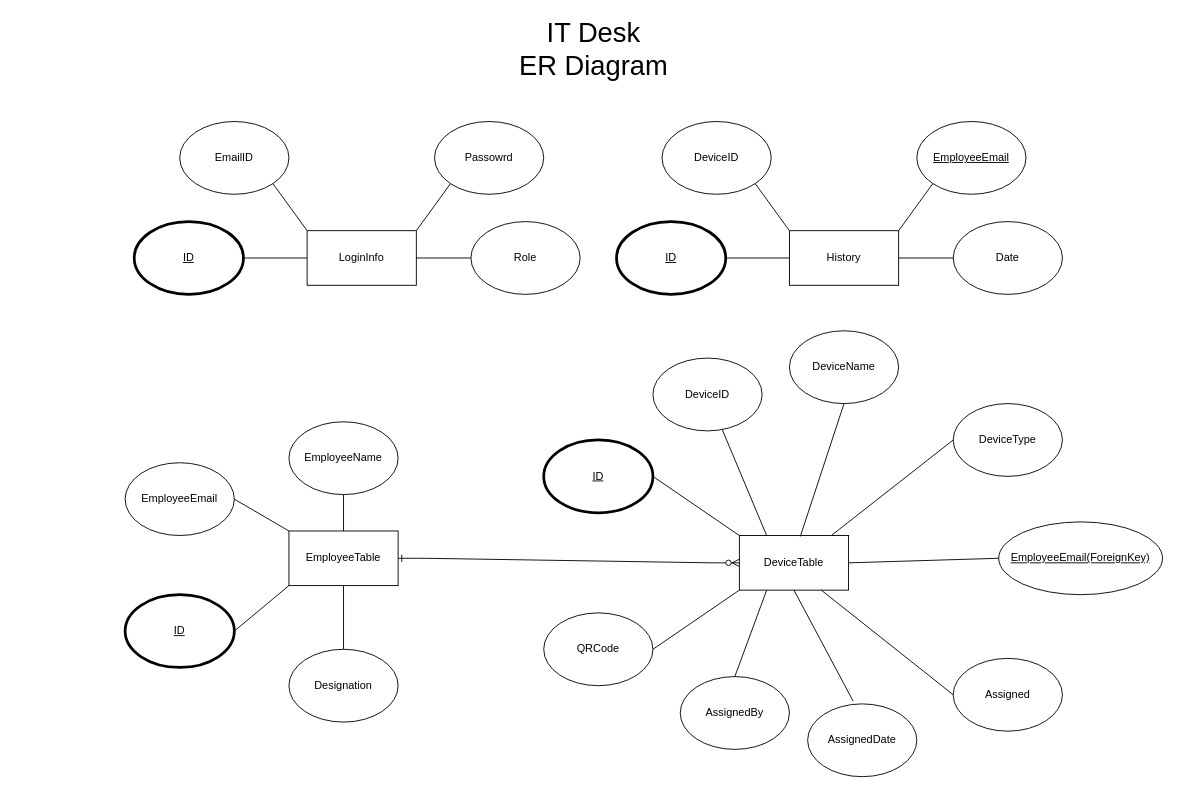
Earlier version of the draw.io diagram IT Desk.drawio (AliCYGRP/TEAM-C). Source tidied: cells renumbered, new cells numbered last; positions are measured from the earlier drawing's top-left corner, leaving out a move shared by most shapes. Both pictures are drawn from the tidied source at 91%, with x=0, y=0 at pixel (125, 39).
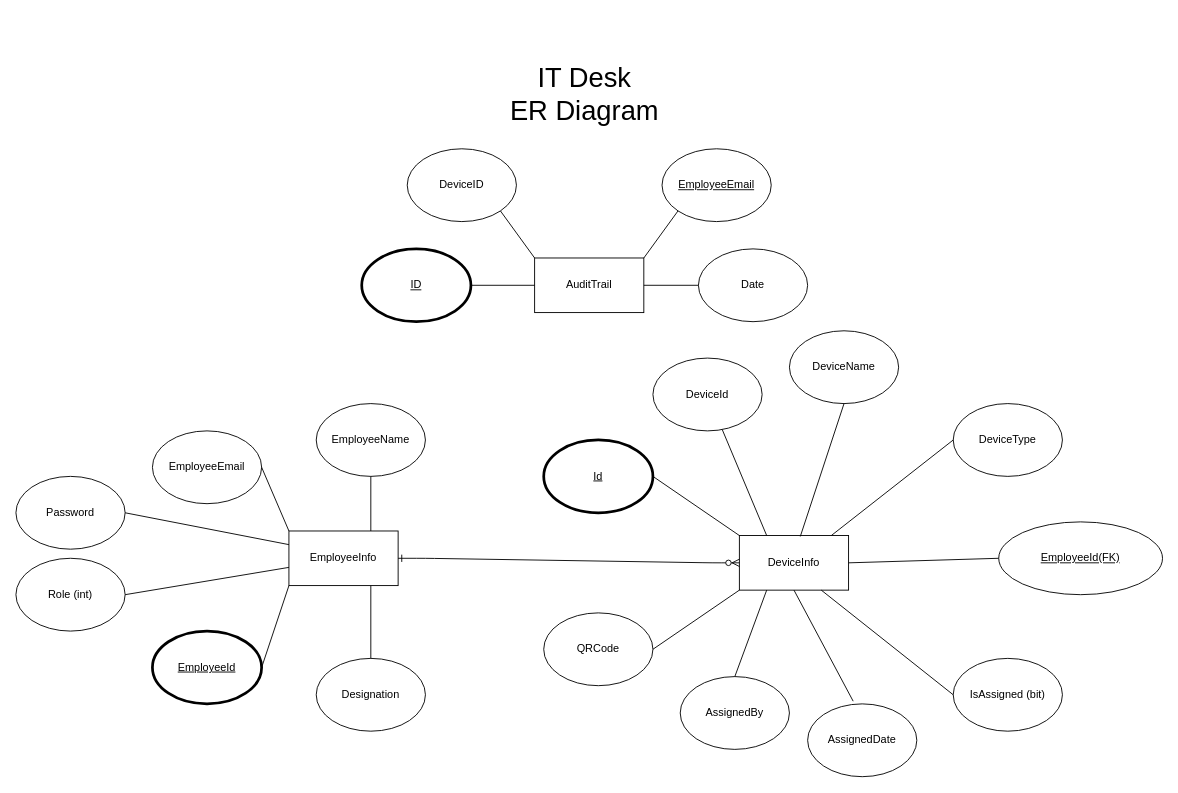
The same page after the edit.

What changed in the source:
```diff
@@
-    <mxCell id="2" value="EmailID" style="ellipse;whiteSpace=wrap;html=1;strokeWidth=1;" parent="1" vertex="1">
-      <mxGeometry x="60" y="90" width="120" height="80" as="geometry" />
-    </mxCell>
-    <mxCell id="3" value="LoginInfo" style="rounded=0;whiteSpace=wrap;html=1;" parent="1" vertex="1">
-      <mxGeometry x="200" y="210" width="120" height="60" as="geometry" />
-    </mxCell>
-    <mxCell id="4" style="endArrow=none;html=1;exitX=0;exitY=0;exitDx=0;exitDy=0;entryX=1;entryY=1;entryDx=0;entryDy=0;" parent="1" edge="1" source="3" target="2">
-      <mxGeometry relative="1" as="geometry" />
-    </mxCell>
-    <mxCell id="5" value="Passowrd" style="ellipse;whiteSpace=wrap;html=1;" parent="1" vertex="1">
-      <mxGeometry x="340" y="90" width="120" height="80" as="geometry" />
-    </mxCell>
-    <mxCell id="6" value="Role" style="ellipse;whiteSpace=wrap;html=1;" parent="1" vertex="1">
-      <mxGeometry x="380" y="200" width="120" height="80" as="geometry" />
-    </mxCell>
-    <mxCell id="7" style="endArrow=none;html=1;exitX=1;exitY=0;exitDx=0;exitDy=0;entryX=0;entryY=1;entryDx=0;entryDy=0;" parent="1" edge="1" source="3" target="5">
-      <mxGeometry relative="1" as="geometry" />
-    </mxCell>
-    <mxCell id="8" style="endArrow=none;html=1;exitX=1;exitY=0.5;exitDx=0;exitDy=0;entryX=0;entryY=0.5;entryDx=0;entryDy=0;" parent="1" edge="1" source="3" target="6">
-      <mxGeometry relative="1" as="geometry" />
-    </mxCell>
     <mxCell id="9" value="EmployeeEmail" style="ellipse;whiteSpace=wrap;html=1;strokeWidth=1;" parent="1" vertex="1">
-      <mxGeometry y="465" width="120" height="80" as="geometry" />
+      <mxGeometry x="30" y="430" width="120" height="80" as="geometry" />
     </mxCell>
-    <mxCell id="10" value="EmployeeTable" style="rounded=0;whiteSpace=wrap;html=1;" parent="1" vertex="1">
+    <mxCell id="10" value="EmployeeInfo" style="rounded=0;whiteSpace=wrap;html=1;" parent="1" vertex="1">
       <mxGeometry x="180" y="540" width="120" height="60" as="geometry" />
     </mxCell>
@@
     <mxCell id="12" value="EmployeeName" style="ellipse;whiteSpace=wrap;html=1;" parent="1" vertex="1">
-      <mxGeometry x="180" y="420" width="120" height="80" as="geometry" />
+      <mxGeometry x="210" y="400" width="120" height="80" as="geometry" />
     </mxCell>
     <mxCell id="13" value="Designation" style="ellipse;whiteSpace=wrap;html=1;" parent="1" vertex="1">
-      <mxGeometry x="180" y="670" width="120" height="80" as="geometry" />
+      <mxGeometry x="210" y="680" width="120" height="80" as="geometry" />
     </mxCell>
-    <mxCell id="14" style="endArrow=none;html=1;exitX=0.5;exitY=0;exitDx=0;exitDy=0;entryX=0.5;entryY=1;entryDx=0;entryDy=0;" parent="1" edge="1" source="10" target="12">
+    <mxCell id="14" style="endArrow=none;html=1;exitX=0.75;exitY=0;exitDx=0;exitDy=0;entryX=0.5;entryY=1;entryDx=0;entryDy=0;" parent="1" edge="1" source="10" target="12">
       <mxGeometry relative="1" as="geometry" />
     </mxCell>
-    <mxCell id="15" style="endArrow=none;html=1;entryX=0.5;entryY=0;entryDx=0;entryDy=0;" parent="1" edge="1" target="13">
-      <mxGeometry relative="1" as="geometry">
-        <mxPoint x="240" y="600" as="sourcePoint" />
-      </mxGeometry>
+    <mxCell id="15" style="endArrow=none;html=1;entryX=0.5;entryY=0;entryDx=0;entryDy=0;exitX=0.75;exitY=1;exitDx=0;exitDy=0;" parent="1" edge="1" source="10" target="13">
+      <mxGeometry relative="1" as="geometry" />
     </mxCell>
-    <mxCell id="16" value="DeviceID" style="ellipse;whiteSpace=wrap;html=1;strokeWidth=1;" parent="1" vertex="1">
+    <mxCell id="16" value="DeviceId" style="ellipse;whiteSpace=wrap;html=1;strokeWidth=1;" parent="1" vertex="1">
       <mxGeometry x="580" y="350" width="120" height="80" as="geometry" />
     </mxCell>
-    <mxCell id="17" value="DeviceTable" style="rounded=0;whiteSpace=wrap;html=1;" parent="1" vertex="1">
+    <mxCell id="17" value="DeviceInfo" style="rounded=0;whiteSpace=wrap;html=1;" parent="1" vertex="1">
       <mxGeometry x="675" y="545" width="120" height="60" as="geometry" />
     </mxCell>
@@
-    <mxCell id="23" value="&lt;u&gt;EmployeeEmail(ForeignKey)&lt;/u&gt;" style="ellipse;whiteSpace=wrap;html=1;" parent="1" vertex="1">
+    <mxCell id="23" value="&lt;u&gt;EmployeeId(FK)&lt;/u&gt;" style="ellipse;whiteSpace=wrap;html=1;" parent="1" vertex="1">
       <mxGeometry x="960" y="530" width="180" height="80" as="geometry" />
     </mxCell>
-    <mxCell id="24" value="Assigned" style="ellipse;whiteSpace=wrap;html=1;" parent="1" vertex="1">
+    <mxCell id="24" value="IsAssigned (bit)" style="ellipse;whiteSpace=wrap;html=1;" parent="1" vertex="1">
       <mxGeometry x="910" y="680" width="120" height="80" as="geometry" />
     </mxCell>
@@
     <mxCell id="34" value="&lt;font style=&quot;font-size: 30px&quot;&gt;IT Desk&lt;br&gt;ER Diagram&lt;br&gt;&lt;/font&gt;" style="text;html=1;strokeColor=none;fillColor=none;align=center;verticalAlign=middle;whiteSpace=wrap;rounded=0;" parent="1" vertex="1">
-      <mxGeometry x="280" width="470" height="20" as="geometry" />
+      <mxGeometry x="270" y="50" width="470" height="20" as="geometry" />
     </mxCell>
-    <mxCell id="35" value="&lt;u&gt;ID&lt;/u&gt;" style="ellipse;whiteSpace=wrap;html=1;strokeWidth=3;" parent="1" vertex="1">
-      <mxGeometry y="610" width="120" height="80" as="geometry" />
+    <mxCell id="35" value="&lt;u&gt;EmployeeId&lt;/u&gt;" style="ellipse;whiteSpace=wrap;html=1;strokeWidth=3;" parent="1" vertex="1">
+      <mxGeometry x="30" y="650" width="120" height="80" as="geometry" />
     </mxCell>
@@
-    <mxCell id="37" value="&lt;u&gt;ID&lt;/u&gt;" style="ellipse;whiteSpace=wrap;html=1;strokeWidth=3;" parent="1" vertex="1">
+    <mxCell id="37" value="&lt;u&gt;Id&lt;/u&gt;" style="ellipse;whiteSpace=wrap;html=1;strokeWidth=3;" parent="1" vertex="1">
       <mxGeometry x="460" y="440" width="120" height="80" as="geometry" />
     </mxCell>
@@
-    <mxCell id="39" value="&lt;u&gt;ID&lt;/u&gt;" style="ellipse;whiteSpace=wrap;html=1;strokeWidth=3;" parent="1" vertex="1">
-      <mxGeometry x="10" y="200" width="120" height="80" as="geometry" />
-    </mxCell>
-    <mxCell id="40" style="endArrow=none;html=1;exitX=0;exitY=0.5;exitDx=0;exitDy=0;entryX=1;entryY=0.5;entryDx=0;entryDy=0;" parent="1" edge="1" source="3" target="39">
-      <mxGeometry relative="1" as="geometry" />
-    </mxCell>
     <mxCell id="41" value="DeviceID" style="ellipse;whiteSpace=wrap;html=1;strokeWidth=1;" parent="1" vertex="1">
-      <mxGeometry x="590" y="90" width="120" height="80" as="geometry" />
+      <mxGeometry x="310" y="120" width="120" height="80" as="geometry" />
     </mxCell>
-    <mxCell id="42" value="History" style="rounded=0;whiteSpace=wrap;html=1;" parent="1" vertex="1">
-      <mxGeometry x="730" y="210" width="120" height="60" as="geometry" />
+    <mxCell id="42" value="AuditTrail" style="rounded=0;whiteSpace=wrap;html=1;" parent="1" vertex="1">
+      <mxGeometry x="450" y="240" width="120" height="60" as="geometry" />
     </mxCell>
@@
     <mxCell id="44" value="&lt;u&gt;EmployeeEmail&lt;/u&gt;" style="ellipse;whiteSpace=wrap;html=1;" parent="1" vertex="1">
-      <mxGeometry x="870" y="90" width="120" height="80" as="geometry" />
+      <mxGeometry x="590" y="120" width="120" height="80" as="geometry" />
     </mxCell>
     <mxCell id="45" value="Date" style="ellipse;whiteSpace=wrap;html=1;" parent="1" vertex="1">
-      <mxGeometry x="910" y="200" width="120" height="80" as="geometry" />
+      <mxGeometry x="630" y="230" width="120" height="80" as="geometry" />
     </mxCell>
@@
     <mxCell id="48" value="&lt;u&gt;ID&lt;/u&gt;" style="ellipse;whiteSpace=wrap;html=1;strokeWidth=3;" parent="1" vertex="1">
-      <mxGeometry x="540" y="200" width="120" height="80" as="geometry" />
+      <mxGeometry x="260" y="230" width="120" height="80" as="geometry" />
     </mxCell>
@@
+    <mxCell id="50" value="Password" style="ellipse;whiteSpace=wrap;html=1;" parent="1" vertex="1">
+      <mxGeometry x="-120" y="480" width="120" height="80" as="geometry" />
+    </mxCell>
+    <mxCell id="51" style="endArrow=none;html=1;exitX=1;exitY=0.5;exitDx=0;exitDy=0;entryX=0;entryY=0.25;entryDx=0;entryDy=0;" parent="1" edge="1" source="50" target="10">
+      <mxGeometry relative="1" as="geometry" />
+    </mxCell>
+    <mxCell id="52" value="Role (int)" style="ellipse;whiteSpace=wrap;html=1;" parent="1" vertex="1">
+      <mxGeometry x="-120" y="570" width="120" height="80" as="geometry" />
+    </mxCell>
+    <mxCell id="53" style="endArrow=none;html=1;exitX=1;exitY=0.5;exitDx=0;exitDy=0;" parent="1" edge="1" source="52" target="10">
+      <mxGeometry relative="1" as="geometry" />
+    </mxCell>
```
